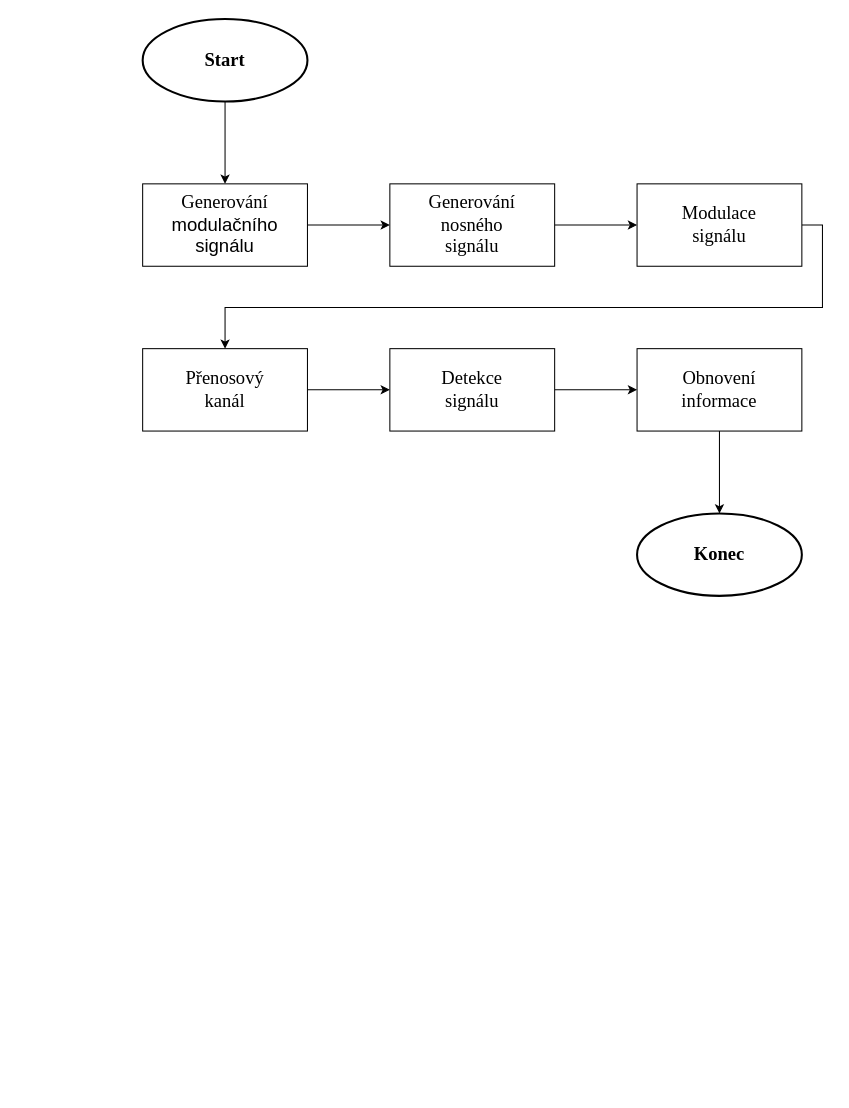
Before: page "general" (4 of 7) of diagram.drawio in jurkovicmartin/Bakal-ka, a draw.io diagram. Source tidied: cells renumbered, new cells numbered last; positions are measured from the earlier drawing's top-left corner, leaving out a move shared by most shapes. Both pictures are drawn from the tidied source at 103%, with x=0, y=0 at pixel (142, 19).
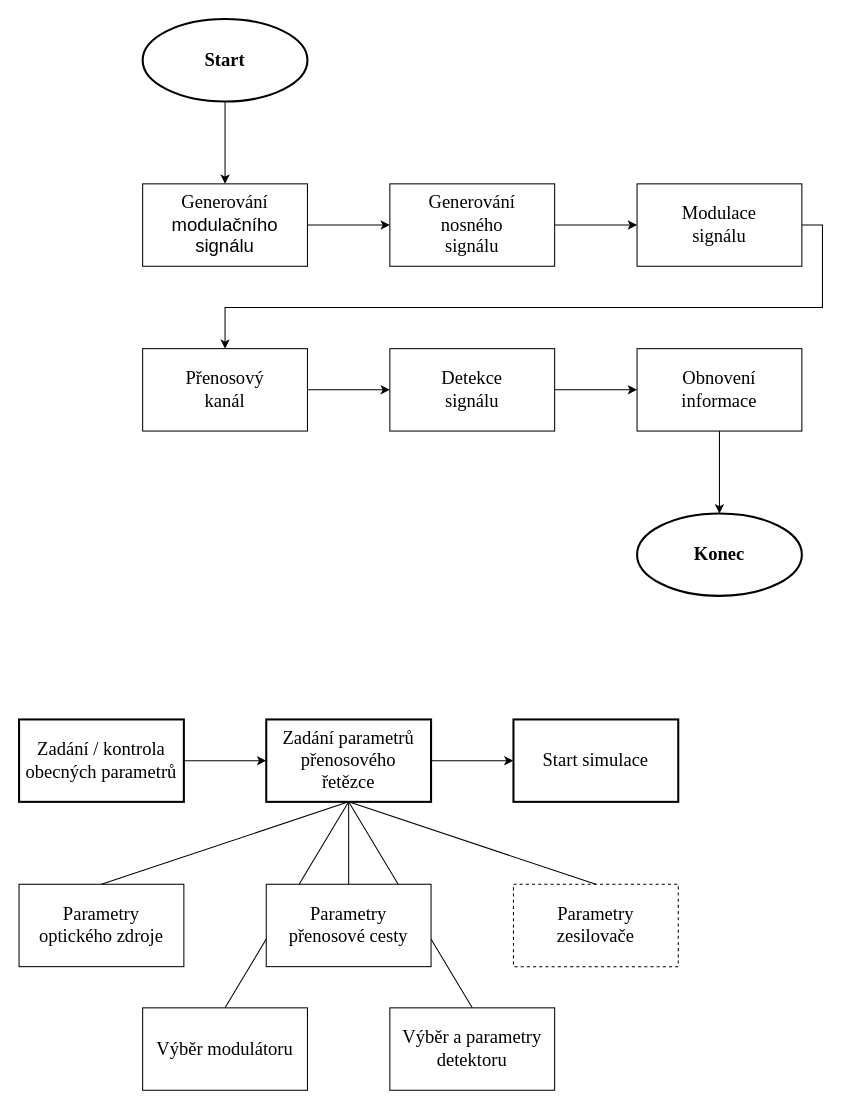
The same page after the edit.

What changed in the source:
```diff
@@
+    <mxCell id="17" value="&lt;font face=&quot;Times New Roman&quot;&gt;&lt;span style=&quot;font-size: 18px;&quot;&gt;Zadání / kontrola&lt;br&gt;obecných parametrů&lt;/span&gt;&lt;/font&gt;" style="rounded=0;whiteSpace=wrap;html=1;strokeWidth=2;" parent="1" vertex="1">
+      <mxGeometry x="-120" y="680" width="160" height="80" as="geometry" />
+    </mxCell>
+    <mxCell id="18" value="&lt;font face=&quot;Times New Roman&quot;&gt;&lt;span style=&quot;font-size: 18px;&quot;&gt;Zadání parametrů&lt;br&gt;přenosového&lt;br&gt;řetězce&lt;/span&gt;&lt;/font&gt;" style="rounded=0;whiteSpace=wrap;html=1;strokeWidth=2;" parent="1" vertex="1">
+      <mxGeometry x="120" y="680" width="160" height="80" as="geometry" />
+    </mxCell>
+    <mxCell id="19" value="&lt;font face=&quot;Times New Roman&quot;&gt;&lt;span style=&quot;font-size: 18px;&quot;&gt;Parametry&lt;br&gt;optického zdroje&lt;/span&gt;&lt;/font&gt;" style="rounded=0;whiteSpace=wrap;html=1;" parent="1" vertex="1">
+      <mxGeometry x="-120" y="840" width="160" height="80" as="geometry" />
+    </mxCell>
+    <mxCell id="20" value="&lt;font face=&quot;Times New Roman&quot;&gt;&lt;span style=&quot;font-size: 18px;&quot;&gt;Výběr modulátoru&lt;/span&gt;&lt;/font&gt;" style="rounded=0;whiteSpace=wrap;html=1;" parent="1" vertex="1">
+      <mxGeometry y="960" width="160" height="80" as="geometry" />
+    </mxCell>
+    <mxCell id="21" value="&lt;font face=&quot;Times New Roman&quot;&gt;&lt;span style=&quot;font-size: 18px;&quot;&gt;Výběr a parametry&lt;/span&gt;&lt;/font&gt;&lt;div&gt;&lt;font face=&quot;Times New Roman&quot;&gt;&lt;span style=&quot;font-size: 18px;&quot;&gt;detektoru&lt;/span&gt;&lt;/font&gt;&lt;/div&gt;" style="rounded=0;whiteSpace=wrap;html=1;" parent="1" vertex="1">
+      <mxGeometry x="240" y="960" width="160" height="80" as="geometry" />
+    </mxCell>
+    <mxCell id="22" value="&lt;font face=&quot;Times New Roman&quot;&gt;&lt;span style=&quot;font-size: 18px;&quot;&gt;Parametry&lt;br&gt;zesilovače&lt;/span&gt;&lt;/font&gt;" style="rounded=0;whiteSpace=wrap;html=1;dashed=1;" parent="1" vertex="1">
+      <mxGeometry x="360" y="840" width="160" height="80" as="geometry" />
+    </mxCell>
+    <mxCell id="23" style="endArrow=classic;html=1;rounded=0;exitX=1;exitY=0.5;exitDx=0;exitDy=0;entryX=0;entryY=0.5;entryDx=0;entryDy=0;" parent="1" edge="1" source="17" target="18">
+      <mxGeometry relative="1" as="geometry" />
+    </mxCell>
+    <mxCell id="24" style="endArrow=none;html=1;rounded=0;entryX=0.5;entryY=1;entryDx=0;entryDy=0;exitX=0.5;exitY=0;exitDx=0;exitDy=0;" parent="1" edge="1" source="19" target="18">
+      <mxGeometry relative="1" as="geometry" />
+    </mxCell>
+    <mxCell id="25" style="endArrow=none;html=1;rounded=0;entryX=0.5;entryY=1;entryDx=0;entryDy=0;exitX=0.5;exitY=0;exitDx=0;exitDy=0;" parent="1" edge="1" source="29" target="18">
+      <mxGeometry relative="1" as="geometry" />
+    </mxCell>
+    <mxCell id="26" style="endArrow=none;html=1;rounded=0;entryX=0.5;entryY=1;entryDx=0;entryDy=0;exitX=0.5;exitY=0;exitDx=0;exitDy=0;" parent="1" edge="1" source="22" target="18">
+      <mxGeometry relative="1" as="geometry" />
+    </mxCell>
+    <mxCell id="27" style="endArrow=none;html=1;rounded=0;entryX=0.5;entryY=1;entryDx=0;entryDy=0;exitX=0.5;exitY=0;exitDx=0;exitDy=0;" parent="1" edge="1" source="20" target="18">
+      <mxGeometry relative="1" as="geometry" />
+    </mxCell>
+    <mxCell id="28" style="endArrow=none;html=1;rounded=0;entryX=0.5;entryY=1;entryDx=0;entryDy=0;exitX=0.5;exitY=0;exitDx=0;exitDy=0;" parent="1" edge="1" source="21" target="18">
+      <mxGeometry relative="1" as="geometry" />
+    </mxCell>
+    <mxCell id="29" value="&lt;font face=&quot;Times New Roman&quot;&gt;&lt;span style=&quot;font-size: 18px;&quot;&gt;Parametry&lt;/span&gt;&lt;/font&gt;&lt;div&gt;&lt;font face=&quot;Times New Roman&quot;&gt;&lt;span style=&quot;font-size: 18px;&quot;&gt;přenosové cesty&lt;/span&gt;&lt;/font&gt;&lt;/div&gt;" style="rounded=0;whiteSpace=wrap;html=1;" parent="1" vertex="1">
+      <mxGeometry x="120" y="840" width="160" height="80" as="geometry" />
+    </mxCell>
+    <mxCell id="30" value="&lt;font face=&quot;Times New Roman&quot;&gt;&lt;span style=&quot;font-size: 18px;&quot;&gt;Start simulace&lt;/span&gt;&lt;/font&gt;" style="rounded=0;whiteSpace=wrap;html=1;strokeWidth=2;" parent="1" vertex="1">
+      <mxGeometry x="360" y="680" width="160" height="80" as="geometry" />
+    </mxCell>
+    <mxCell id="31" style="endArrow=classic;html=1;rounded=0;exitX=1;exitY=0.5;exitDx=0;exitDy=0;entryX=0;entryY=0.5;entryDx=0;entryDy=0;" parent="1" edge="1" source="18" target="30">
+      <mxGeometry relative="1" as="geometry" />
+    </mxCell>
```
